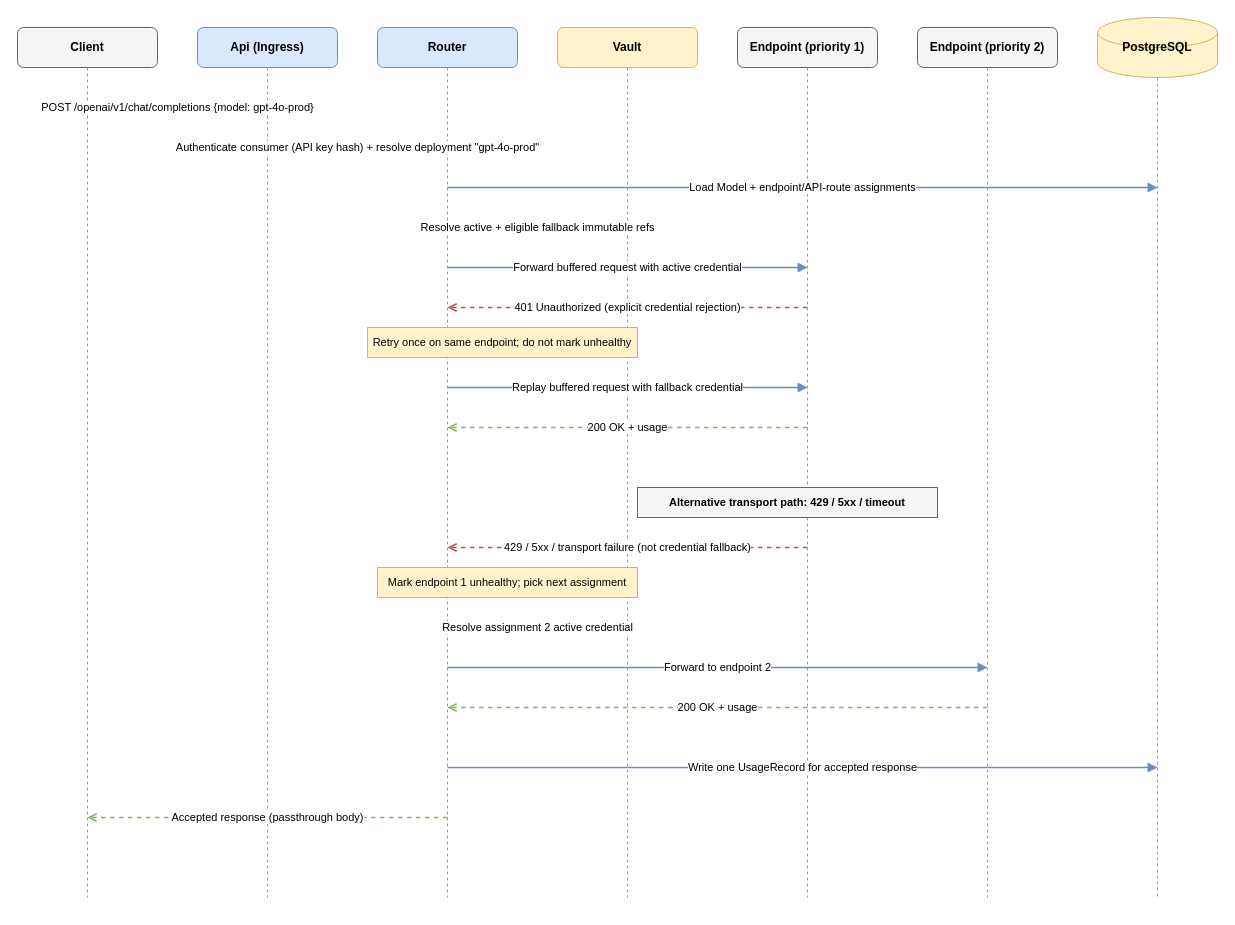
The draw.io diagram specs/architecture/diagrams/03-sequence-non-streaming-failover.drawio in azureholic/AIProxyPlus, before the edit. Source tidied: cells renumbered, new cells numbered last; positions are measured from the earlier drawing's top-left corner, leaving out a move shared by most shapes. Both pictures are drawn from the tidied source at 100%, with x=0, y=0 at pixel (17, 17).
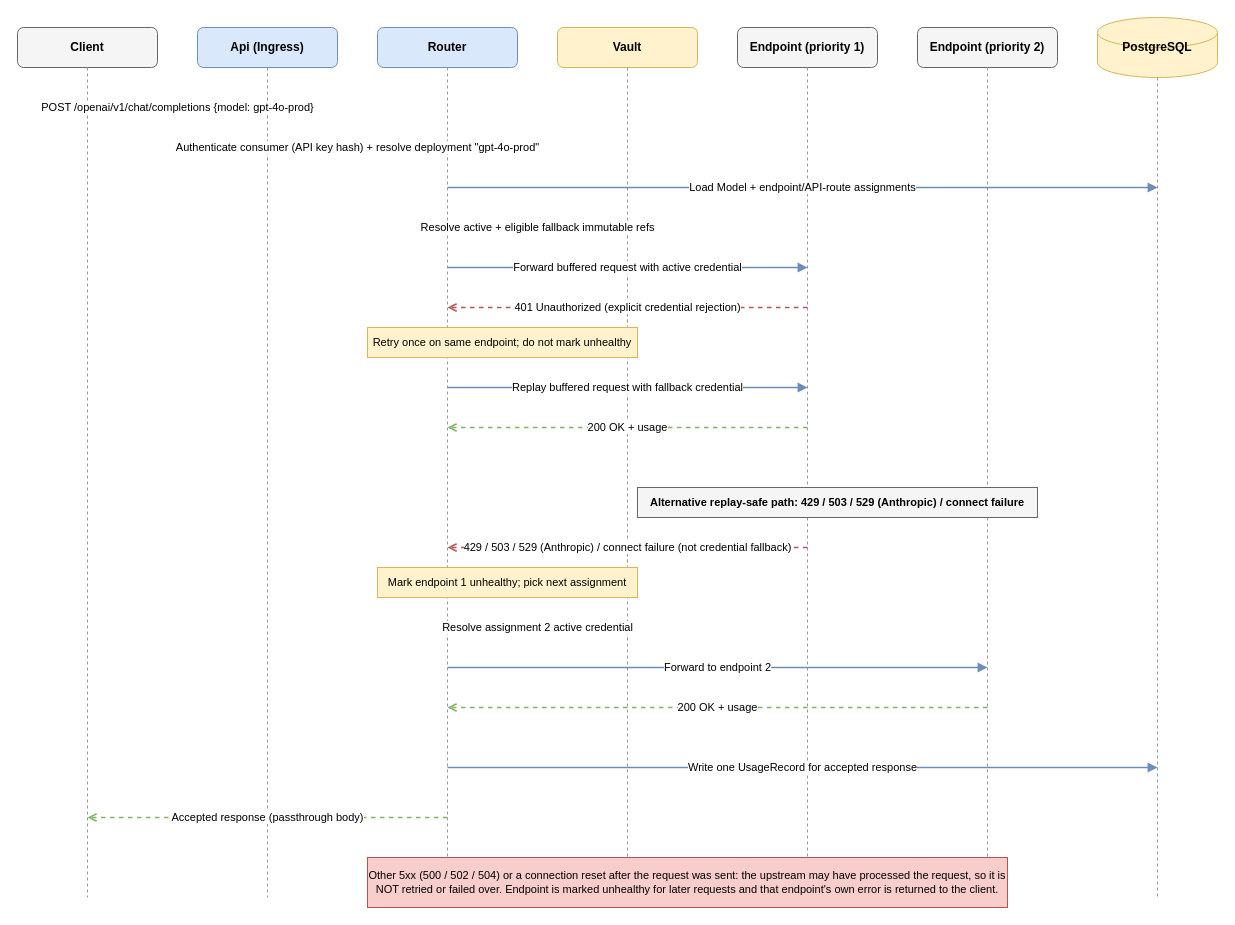
The same diagram, later.

What changed in the source:
```diff
@@
-    <mxCell id="25" value="Alternative transport path: 429 / 5xx / timeout" style="rounded=0;whiteSpace=wrap;html=1;fillColor=#f5f5f5;strokeColor=#666666;fontSize=11;align=center;fontStyle=1;" parent="1" vertex="1">
-      <mxGeometry x="620" y="470" width="300" height="30" as="geometry" />
+    <mxCell id="25" value="Alternative replay-safe path: 429 / 503 / 529 (Anthropic) / connect failure" style="rounded=0;whiteSpace=wrap;html=1;fillColor=#f5f5f5;strokeColor=#666666;fontSize=11;align=center;fontStyle=1;" parent="1" vertex="1">
+      <mxGeometry x="620" y="470" width="400" height="30" as="geometry" />
     </mxCell>
-    <mxCell id="26" value="429 / 5xx / transport failure (not credential fallback)" style="html=1;endArrow=open;dashed=1;strokeColor=#b85450;strokeWidth=1.5;fontSize=11;" parent="1" edge="1">
+    <mxCell id="26" value="429 / 503 / 529 (Anthropic) / connect failure (not credential fallback)" style="html=1;endArrow=open;dashed=1;strokeColor=#b85450;strokeWidth=1.5;fontSize=11;" parent="1" edge="1">
       <mxGeometry relative="1" as="geometry">
         <mxPoint x="790" y="530" as="sourcePoint" />
         <mxPoint x="430" y="530" as="targetPoint" />
       </mxGeometry>
     </mxCell>
@@
+    <mxCell id="33" value="Other 5xx (500 / 502 / 504) or a connection reset after the request was sent: the upstream may have processed the request, so it is NOT retried or failed over. Endpoint is marked unhealthy for later requests and that endpoint's own error is returned to the client." style="rounded=0;whiteSpace=wrap;html=1;fillColor=#f8cecc;strokeColor=#b85450;fontSize=11;align=center;" parent="1" vertex="1">
+      <mxGeometry x="350" y="840" width="640" height="50" as="geometry" />
+    </mxCell>
```
